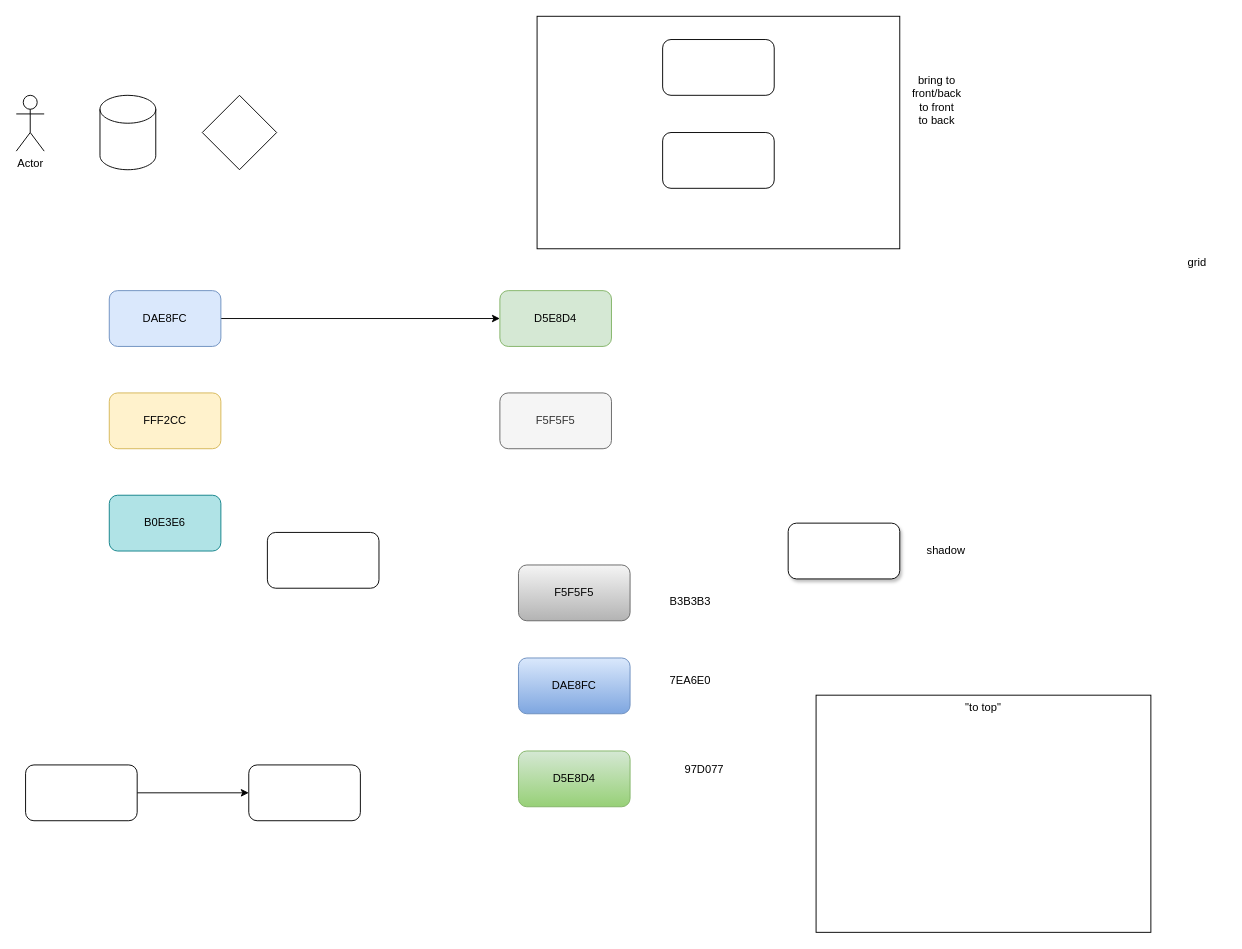
robertoestlin/noted keeps this draw.io diagram as page "Page-1" (1 of 2) of drawing_new_features.drawio. Above is the earlier version. Source tidied: cells renumbered, new cells numbered last; positions are measured from the earlier drawing's top-left corner, leaving out a move shared by most shapes. Both pictures are drawn from the tidied source at 93%, with x=0, y=0 at pixel (16, 16).
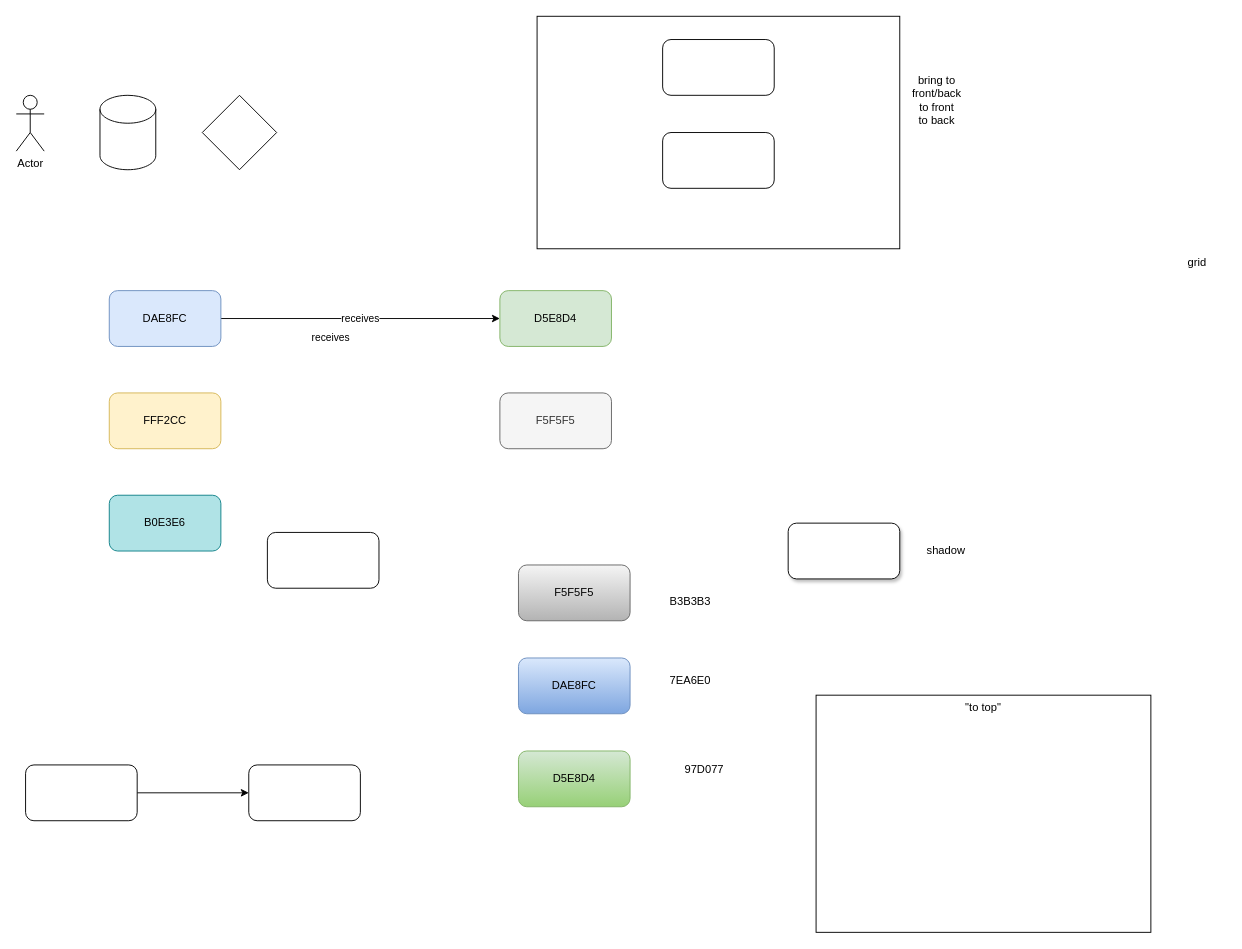
After the change.

The change refers to these unchanged cells:
```xml
<mxCell id="4" value="DAE8FC" style="rounded=1;whiteSpace=wrap;html=1;fillColor=#dae8fc;strokeColor=#6c8ebf;shadow=0;" parent="1" vertex="1">
  <mxGeometry x="100" y="295" width="120" height="60" as="geometry" />
</mxCell>
<mxCell id="6" value="D5E8D4" style="rounded=1;whiteSpace=wrap;html=1;fillColor=#d5e8d4;strokeColor=#82b366;" parent="1" vertex="1">
  <mxGeometry x="520" y="295" width="120" height="60" as="geometry" />
</mxCell>
```

What changed in the source:
```diff
@@
-    <mxCell id="3" style="edgeStyle=orthogonalEdgeStyle;rounded=0;jettySize=auto;html=1;exitX=1;exitY=0.5;exitDx=0;exitDy=0;shadow=0;" parent="1" edge="1" source="4" target="6">
+    <mxCell id="3" value="receives" style="edgeStyle=orthogonalEdgeStyle;rounded=0;jettySize=auto;html=1;exitX=1;exitY=0.5;exitDx=0;exitDy=0;shadow=0;" parent="1" edge="1" source="4" target="6">
       <mxGeometry relative="1" as="geometry" />
     </mxCell>
+    <mxCell id="29" value="receives" style="edgeLabel;html=1;align=center;verticalAlign=middle;" parent="3" vertex="1">
+      <mxGeometry x="-0.22" y="-1" relative="1" as="geometry">
+        <mxPoint y="19" as="offset" />
+      </mxGeometry>
+    </mxCell>
```
